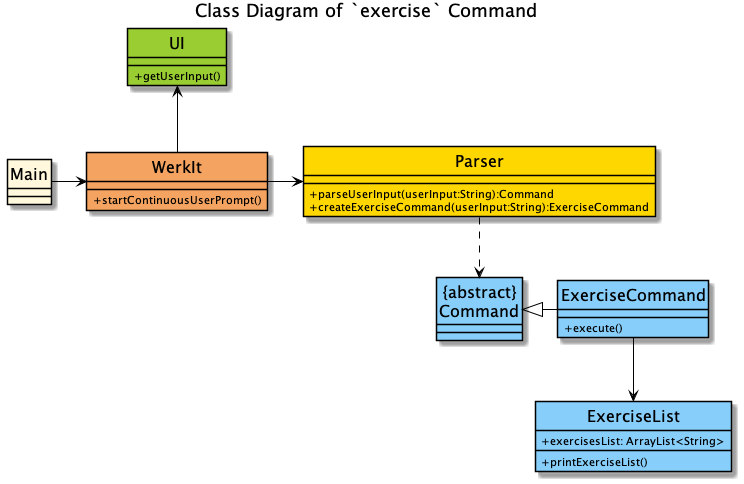
The PlantUML diagram docs/uml/classDiagrams/images/exercise.png in nus-cs2113-AY2122S2/tp, before a commit.
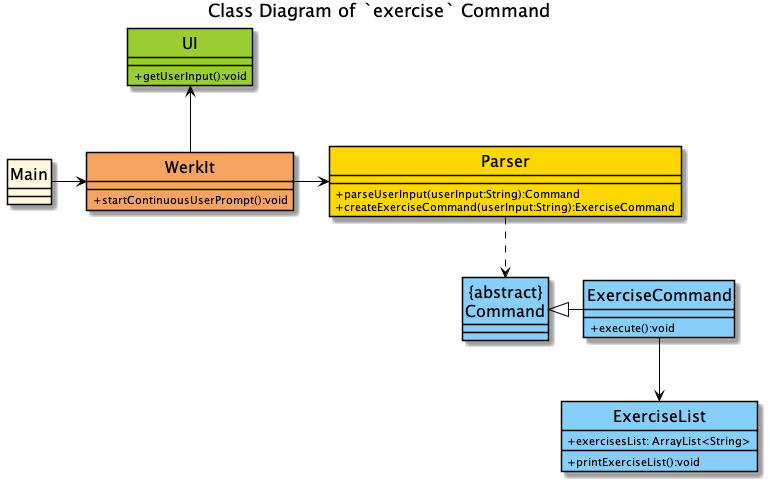
The same file after the commit.

Commit message:
Update diagrams with parameters

Diff of the diagram source:
```diff
@@ -16,7 +16,7 @@
 }
 Parser ..> "{abstract}\nCommand"
 class WerkIt #Sandybrown {
-+ startContinuousUserPrompt()
++ startContinuousUserPrompt():void
 }
 
 class "{abstract}\nCommand" #LightSkyBlue {
@@ -25,11 +25,11 @@
 
 
 class ExerciseCommand #LightSkyBlue {
-+ execute()
++ execute():void
 }
 
 class UI #YellowGreen {
-+ getUserInput()
++ getUserInput():void
 }
 
 class Parser #Gold {
@@ -39,7 +39,7 @@
 
 class ExerciseList #LightSkyBlue {
 + exercisesList: ArrayList<String>
-+ printExerciseList()
++ printExerciseList():void
 }
 
 @enduml
```
